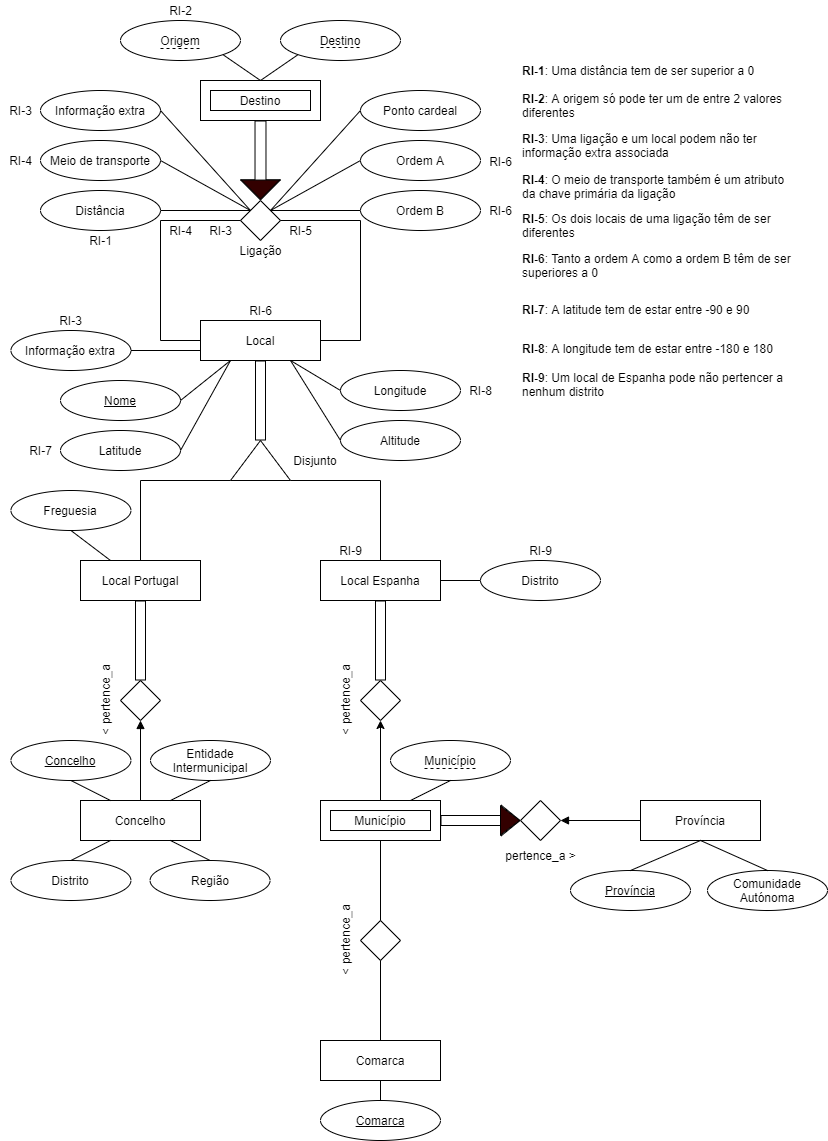
Earlier version of the draw.io export src/viajar/base_dados/diagrama_e_a.png (migueldgoncalves/Viajar). Source tidied: cells renumbered, new cells last; positions are measured from the earlier drawing's top-left corner, leaving out a move shared by most shapes.
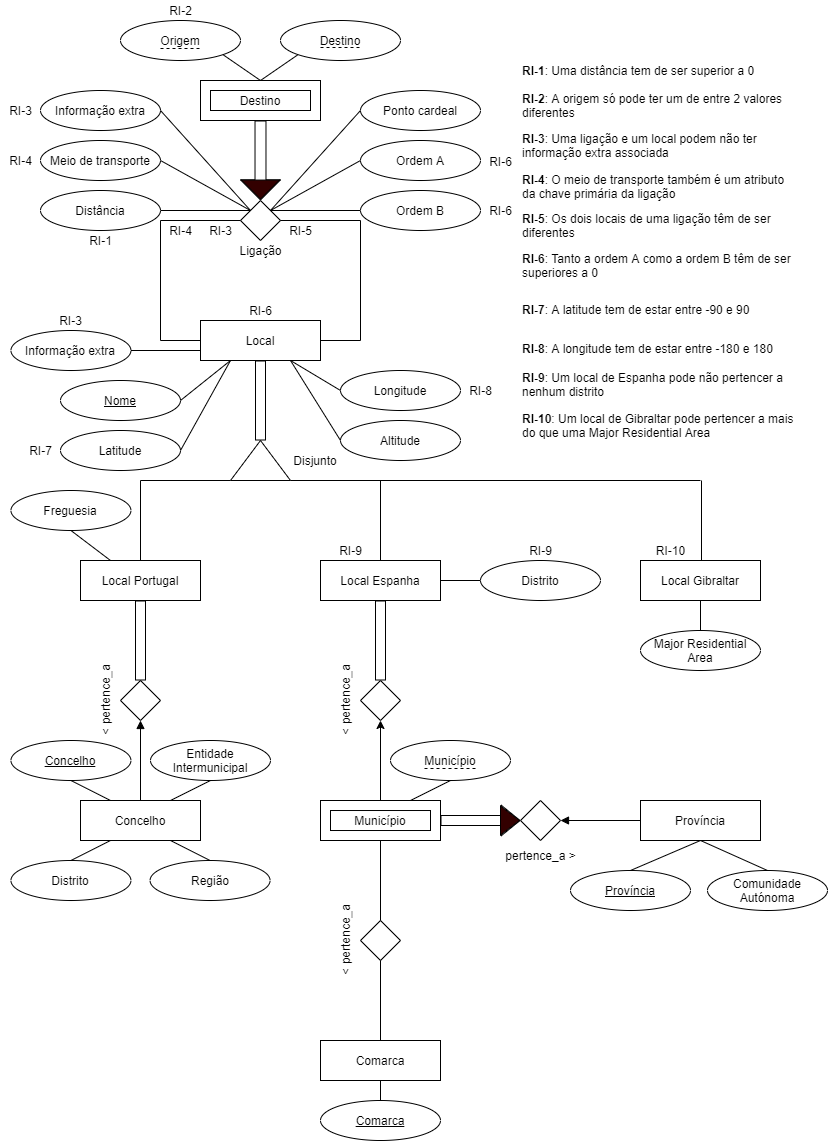
Later version of the same file.

Commit message:
Entrada em Gibraltar

The edit, as a diff of the source:
```diff
@@ -110,7 +110,7 @@
     <mxCell id="30" style="endArrow=none;html=1;" parent="1" edge="1">
       <mxGeometry relative="1" as="geometry">
         <mxPoint x="290" y="480" as="sourcePoint" />
-        <mxPoint x="380" y="480" as="targetPoint" />
+        <mxPoint x="700" y="480" as="targetPoint" />
       </mxGeometry>
     </mxCell>
     <mxCell id="31" value="Disjunto" style="text;html=1;strokeColor=none;fillColor=none;align=center;verticalAlign=middle;whiteSpace=wrap;rounded=0;" parent="1" vertex="1">
@@ -392,5 +392,26 @@
         <mxPoint x="475" y="768" as="targetPoint" />
       </mxGeometry>
     </mxCell>
+    <mxCell id="119" style="edgeStyle=orthogonalEdgeStyle;rounded=0;jettySize=auto;html=1;exitX=0.5;exitY=1;exitDx=0;exitDy=0;entryX=0.5;entryY=0;entryDx=0;entryDy=0;endArrow=none;endFill=0;" parent="1" edge="1" source="120" target="123">
+      <mxGeometry relative="1" as="geometry" />
+    </mxCell>
+    <mxCell id="120" value="Local Gibraltar" style="rounded=0;whiteSpace=wrap;html=1;" parent="1" vertex="1">
+      <mxGeometry x="640" y="560" width="120" height="40" as="geometry" />
+    </mxCell>
+    <mxCell id="121" value="RI-10" style="text;html=1;align=center;verticalAlign=middle;" parent="1" vertex="1">
+      <mxGeometry x="650" y="540" width="40" height="20" as="geometry" />
+    </mxCell>
+    <mxCell id="122" style="endArrow=none;html=1;exitX=0.5;exitY=0;exitDx=0;exitDy=0;" parent="1" edge="1">
+      <mxGeometry relative="1" as="geometry">
+        <mxPoint x="701" y="560" as="sourcePoint" />
+        <mxPoint x="701" y="480" as="targetPoint" />
+      </mxGeometry>
+    </mxCell>
+    <mxCell id="123" value="Major Residential Area" style="ellipse;whiteSpace=wrap;html=1;fillColor=none;" parent="1" vertex="1">
+      <mxGeometry x="640" y="630" width="120" height="40" as="geometry" />
+    </mxCell>
+    <mxCell id="124" value="&lt;b&gt;RI-10&lt;/b&gt;: Um local de Gibraltar pode pertencer a mais do que uma Major Residential Area" style="text;html=1;strokeColor=none;fillColor=none;align=left;verticalAlign=middle;whiteSpace=wrap;rounded=0;" parent="1" vertex="1">
+      <mxGeometry x="520" y="410" width="280" height="30" as="geometry" />
+    </mxCell>
   </root>
 </mxGraphModel>
```
